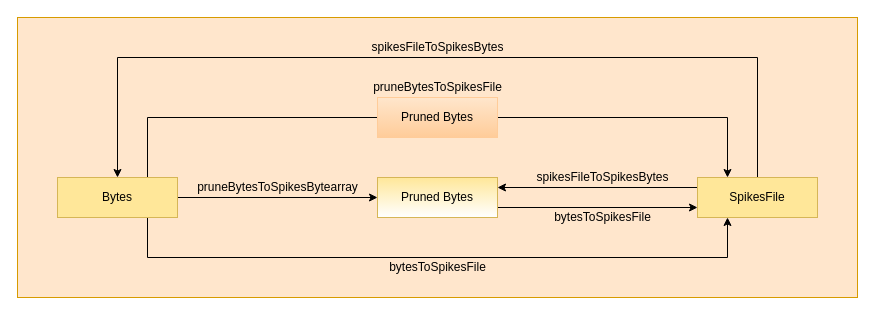
Before: images/AERzip_ConversionFunctions.drawio in alvayus/AERzip, a draw.io diagram. Source tidied: cells renumbered, new cells numbered last; positions are measured from the earlier drawing's top-left corner, leaving out a move shared by most shapes. Both pictures are drawn from the tidied source at 100%, with x=0, y=0 at pixel (17, 17).
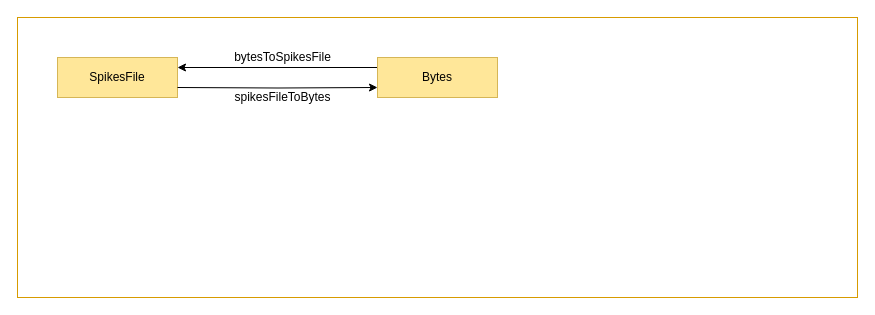
The same page after the edit.

Change to the diagram source:
```diff
@@
-    <mxCell id="2" style="rounded=0;whiteSpace=wrap;html=1;fillColor=#ffe6cc;strokeColor=#d79b00;" parent="1" vertex="1">
+    <mxCell id="2" style="rounded=0;whiteSpace=wrap;html=1;fillColor=none;strokeColor=#d79b00;" parent="1" vertex="1">
       <mxGeometry width="840" height="280" as="geometry" />
     </mxCell>
-    <mxCell id="3" style="edgeStyle=orthogonalEdgeStyle;rounded=0;jettySize=auto;html=1;exitX=1;exitY=0.5;exitDx=0;exitDy=0;" parent="1" edge="1" source="6" target="8">
-      <mxGeometry relative="1" as="geometry" />
-    </mxCell>
-    <mxCell id="4" style="edgeStyle=orthogonalEdgeStyle;rounded=0;jettySize=auto;html=1;exitX=0.75;exitY=0;exitDx=0;exitDy=0;entryX=0;entryY=0.5;entryDx=0;entryDy=0;endArrow=none;endFill=0;" parent="1" edge="1" source="6" target="16">
-      <mxGeometry relative="1" as="geometry" />
-    </mxCell>
-    <mxCell id="5" style="edgeStyle=orthogonalEdgeStyle;rounded=0;jettySize=auto;html=1;exitX=0.75;exitY=1;exitDx=0;exitDy=0;entryX=0.25;entryY=1;entryDx=0;entryDy=0;endArrow=classic;endFill=1;" parent="1" edge="1" source="6" target="11">
-      <mxGeometry relative="1" as="geometry">
-        <Array as="points">
-          <mxPoint x="130" y="240" />
-          <mxPoint x="710" y="240" />
-        </Array>
-      </mxGeometry>
-    </mxCell>
-    <mxCell id="6" value="Bytes" style="rounded=0;whiteSpace=wrap;html=1;fillColor=#FFE799;strokeColor=#d6b656;" parent="1" vertex="1">
-      <mxGeometry x="40" y="160" width="120" height="40" as="geometry" />
+    <mxCell id="6" value="SpikesFile" style="rounded=0;whiteSpace=wrap;html=1;fillColor=#FFE799;strokeColor=#d6b656;" parent="1" vertex="1">
+      <mxGeometry x="40" y="40" width="120" height="40" as="geometry" />
     </mxCell>
-    <mxCell id="7" style="edgeStyle=orthogonalEdgeStyle;rounded=0;jettySize=auto;html=1;exitX=1;exitY=0.75;exitDx=0;exitDy=0;entryX=0;entryY=0.75;entryDx=0;entryDy=0;fontFamily=Georgia;fontSize=26;endArrow=classic;endFill=1;" parent="1" edge="1" source="8" target="11">
-      <mxGeometry relative="1" as="geometry" />
+    <mxCell id="7" style="edgeStyle=orthogonalEdgeStyle;rounded=0;jettySize=auto;html=1;exitX=1;exitY=0.75;exitDx=0;exitDy=0;entryX=0;entryY=0.75;entryDx=0;entryDy=0;fontFamily=Georgia;fontSize=26;endArrow=classic;endFill=1;" parent="1" edge="1" target="11">
+      <mxGeometry relative="1" as="geometry">
+        <mxPoint x="160" y="70" as="sourcePoint" />
+      </mxGeometry>
     </mxCell>
-    <mxCell id="8" value="Pruned Bytes" style="rounded=0;whiteSpace=wrap;html=1;fillColor=#FFE799;strokeColor=#d6b656;gradientColor=#ffffff;" parent="1" vertex="1">
-      <mxGeometry x="360" y="160" width="120" height="40" as="geometry" />
-    </mxCell>
-    <mxCell id="9" style="edgeStyle=orthogonalEdgeStyle;rounded=0;jettySize=auto;html=1;exitX=0.5;exitY=0;exitDx=0;exitDy=0;entryX=0.5;entryY=0;entryDx=0;entryDy=0;endArrow=classic;endFill=1;" parent="1" edge="1" source="11" target="6">
-      <mxGeometry relative="1" as="geometry">
-        <Array as="points">
-          <mxPoint x="740" y="40" />
-          <mxPoint x="100" y="40" />
-        </Array>
-      </mxGeometry>
-    </mxCell>
-    <mxCell id="10" style="edgeStyle=orthogonalEdgeStyle;rounded=0;jettySize=auto;html=1;exitX=0;exitY=0.25;exitDx=0;exitDy=0;entryX=1;entryY=0.25;entryDx=0;entryDy=0;fontFamily=Georgia;fontSize=26;endArrow=classic;endFill=1;" parent="1" edge="1" source="11" target="8">
-      <mxGeometry relative="1" as="geometry" />
+    <mxCell id="10" style="edgeStyle=orthogonalEdgeStyle;rounded=0;jettySize=auto;html=1;exitX=0;exitY=0.25;exitDx=0;exitDy=0;entryX=1;entryY=0.25;entryDx=0;entryDy=0;fontFamily=Georgia;fontSize=26;endArrow=classic;endFill=1;" parent="1" edge="1" source="11">
+      <mxGeometry relative="1" as="geometry">
+        <mxPoint x="160" y="50" as="targetPoint" />
+      </mxGeometry>
     </mxCell>
-    <mxCell id="11" value="SpikesFile" style="rounded=0;whiteSpace=wrap;html=1;fillColor=#FFE799;strokeColor=#d6b656;" parent="1" vertex="1">
-      <mxGeometry x="680" y="160" width="120" height="40" as="geometry" />
+    <mxCell id="11" value="Bytes" style="rounded=0;whiteSpace=wrap;html=1;fillColor=#FFE799;strokeColor=#d6b656;" parent="1" vertex="1">
+      <mxGeometry x="360" y="40" width="120" height="40" as="geometry" />
     </mxCell>
-    <mxCell id="12" value="bytesToSpikesFile" style="text;html=1;align=center;verticalAlign=middle;strokeColor=none;fillColor=none;" parent="1" vertex="1">
-      <mxGeometry x="365" y="240" width="110" height="20" as="geometry" />
-    </mxCell>
-    <mxCell id="13" value="pruneBytesToSpikesBytearray" style="text;html=1;align=center;verticalAlign=middle;strokeColor=none;fillColor=none;" parent="1" vertex="1">
-      <mxGeometry x="170" y="160" width="180" height="20" as="geometry" />
-    </mxCell>
-    <mxCell id="14" value="pruneBytesToSpikesFile" style="text;html=1;align=center;verticalAlign=middle;strokeColor=none;fillColor=none;" parent="1" vertex="1">
-      <mxGeometry x="350" y="60" width="140" height="20" as="geometry" />
-    </mxCell>
-    <mxCell id="15" style="edgeStyle=orthogonalEdgeStyle;rounded=0;jettySize=auto;html=1;exitX=1;exitY=0.5;exitDx=0;exitDy=0;entryX=0.25;entryY=0;entryDx=0;entryDy=0;" parent="1" edge="1" source="16" target="11">
-      <mxGeometry relative="1" as="geometry" />
-    </mxCell>
-    <mxCell id="16" value="Pruned Bytes" style="rounded=0;whiteSpace=wrap;html=1;fillColor=#FFE6CC;strokeColor=#FFCC99;strokeWidth=1;gradientColor=#FFCC99;" parent="1" vertex="1">
-      <mxGeometry x="360" y="80" width="120" height="40" as="geometry" />
-    </mxCell>
-    <mxCell id="17" value="spikesFileToSpikesBytes" style="text;html=1;align=center;verticalAlign=middle;strokeColor=none;fillColor=none;" parent="1" vertex="1">
-      <mxGeometry x="510" y="150" width="150" height="20" as="geometry" />
+    <mxCell id="17" value="bytesToSpikesFile" style="text;html=1;align=center;verticalAlign=middle;strokeColor=none;fillColor=none;" parent="1" vertex="1">
+      <mxGeometry x="205" y="25" width="120" height="30" as="geometry" />
     </mxCell>
-    <mxCell id="18" value="spikesFileToSpikesBytes" style="text;html=1;align=center;verticalAlign=middle;strokeColor=none;fillColor=none;" parent="1" vertex="1">
-      <mxGeometry x="345" y="20" width="150" height="20" as="geometry" />
-    </mxCell>
-    <mxCell id="19" value="bytesToSpikesFile" style="text;html=1;align=center;verticalAlign=middle;strokeColor=none;fillColor=none;" parent="1" vertex="1">
-      <mxGeometry x="530" y="190" width="110" height="20" as="geometry" />
+    <mxCell id="19" value="spikesFileToBytes" style="text;html=1;align=center;verticalAlign=middle;strokeColor=none;fillColor=none;" parent="1" vertex="1">
+      <mxGeometry x="205" y="65" width="120" height="30" as="geometry" />
     </mxCell>
```
